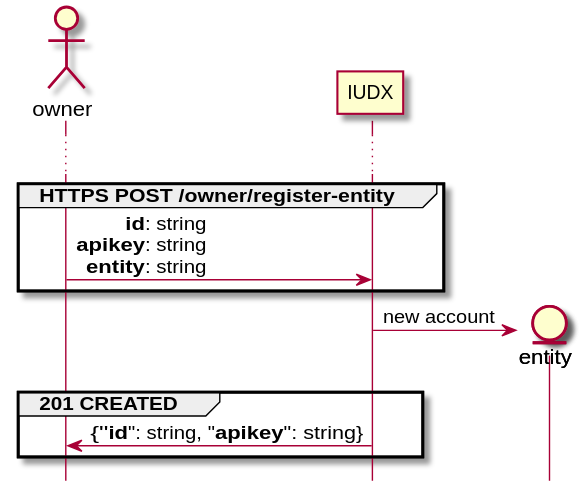
Earlier version of the PlantUML export DOCS/api/register-entity.svg (rbccps-iisc/corinthian).
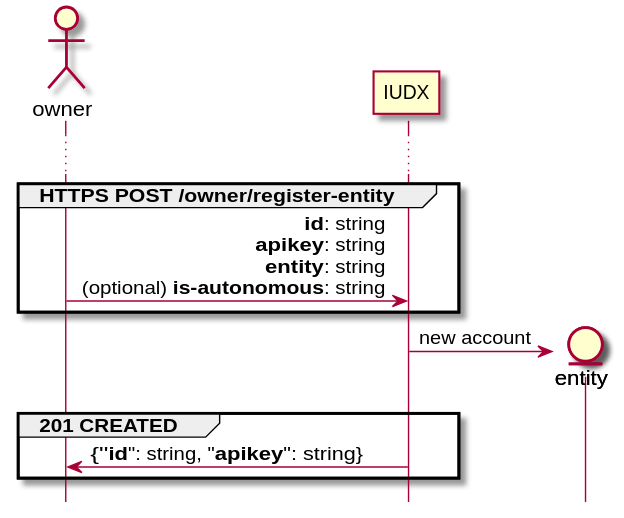
The same file after the commit.

The edit, as a diff of the source:
```diff
@@ -5,7 +5,7 @@
 
 group HTTPS POST /owner/register-entity
 
-owner -> IUDX: **id**: string\r**apikey**: string\r**entity**: string
+owner -> IUDX: **id**: string\r**apikey**: string\r**entity**: string\r (optional) **is-autonomous**: string
 
 end
 
```
